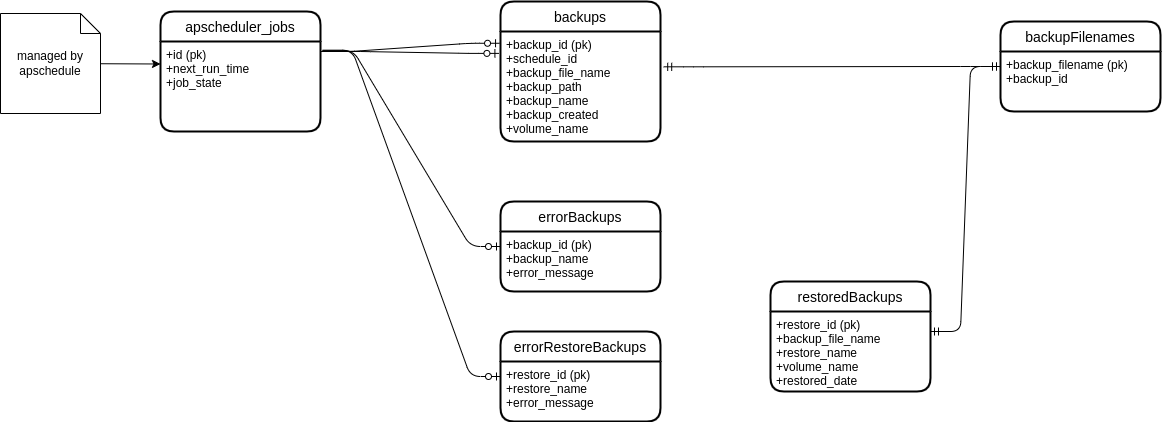
The draw.io diagram docs/diagrams/db-relational.drawio.png in mrllama123/docker-homelab-manager, before a commit. Source tidied: cells renumbered, new cells last; positions are measured from the earlier drawing's top-left corner, leaving out a move shared by most shapes.
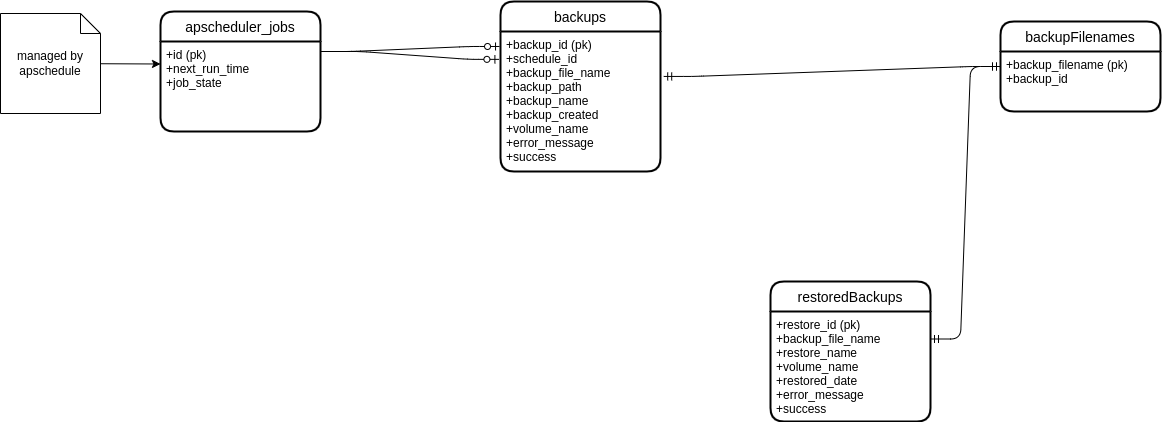
The same diagram one commit later.

What changed in the source:
```diff
@@ -3,16 +3,16 @@
     <mxCell id="0" />
     <mxCell id="1" parent="0" />
     <mxCell id="2" value="backups" style="swimlane;horizontal=1;startSize=30;rounded=1;fontSize=14;fontStyle=0;strokeWidth=2;shadow=0;dashed=0;align=center;" parent="1" vertex="1">
-      <mxGeometry x="500" width="160" height="140" as="geometry" />
+      <mxGeometry x="500" width="160" height="170" as="geometry" />
     </mxCell>
-    <mxCell id="3" value="+backup_id (pk)&#10;+schedule_id&#10;+backup_file_name&#10;+backup_path&#10;+backup_name&#10;+backup_created&#10;+volume_name" style="align=left;strokeColor=none;fillColor=none;spacingLeft=4;fontSize=12;verticalAlign=top;" parent="2" vertex="1">
-      <mxGeometry y="30" width="160" height="110" as="geometry" />
+    <mxCell id="3" value="+backup_id (pk)&#10;+schedule_id&#10;+backup_file_name&#10;+backup_path&#10;+backup_name&#10;+backup_created&#10;+volume_name&#10;+error_message&#10;+success" style="align=left;strokeColor=none;fillColor=none;spacingLeft=4;fontSize=12;verticalAlign=top;" parent="2" vertex="1">
+      <mxGeometry y="30" width="160" height="140" as="geometry" />
     </mxCell>
     <mxCell id="4" value="restoredBackups" style="swimlane;horizontal=1;startSize=30;rounded=1;fontSize=14;fontStyle=0;strokeWidth=2;shadow=0;dashed=0;align=center;" parent="1" vertex="1">
-      <mxGeometry x="770" y="280" width="160" height="110" as="geometry" />
+      <mxGeometry x="770" y="280" width="160" height="140" as="geometry" />
     </mxCell>
-    <mxCell id="5" value="+restore_id (pk)&#10;+backup_file_name&#10;+restore_name&#10;+volume_name&#10;+restored_date&#10;" style="align=left;strokeColor=none;fillColor=none;spacingLeft=4;fontSize=12;verticalAlign=top;" parent="4" vertex="1">
-      <mxGeometry y="30" width="160" height="80" as="geometry" />
+    <mxCell id="5" value="+restore_id (pk)&#10;+backup_file_name&#10;+restore_name&#10;+volume_name&#10;+restored_date&#10;+error_message&#10;+success" style="align=left;strokeColor=none;fillColor=none;spacingLeft=4;fontSize=12;verticalAlign=top;" parent="4" vertex="1">
+      <mxGeometry y="30" width="160" height="110" as="geometry" />
     </mxCell>
     <mxCell id="6" value="backupFilenames" style="swimlane;horizontal=1;startSize=30;rounded=1;fontSize=14;fontStyle=0;strokeWidth=2;shadow=0;dashed=0;align=center;" parent="1" vertex="1">
       <mxGeometry x="1000" y="20" width="160" height="90" as="geometry" />
@@ -28,18 +28,6 @@
     <mxCell id="9" style="edgeStyle=entityRelationEdgeStyle;fontSize=12;html=1;endArrow=ERmandOne;startArrow=ERmandOne;entryX=0;entryY=0.25;entryDx=0;entryDy=0;exitX=1;exitY=0.25;exitDx=0;exitDy=0;" parent="1" edge="1" source="5" target="7">
       <mxGeometry relative="1" as="geometry" />
     </mxCell>
-    <mxCell id="10" value="errorBackups" style="swimlane;horizontal=1;startSize=30;rounded=1;fontSize=14;fontStyle=0;strokeWidth=2;shadow=0;dashed=0;align=center;" parent="1" vertex="1">
-      <mxGeometry x="500" y="200" width="160" height="90" as="geometry" />
-    </mxCell>
-    <mxCell id="11" value="+backup_id (pk)&#10;+backup_name&#10;+error_message" style="align=left;strokeColor=none;fillColor=none;spacingLeft=4;fontSize=12;verticalAlign=top;" parent="10" vertex="1">
-      <mxGeometry y="30" width="160" height="60" as="geometry" />
-    </mxCell>
-    <mxCell id="12" value="errorRestoreBackups" style="swimlane;horizontal=1;startSize=30;rounded=1;fontSize=14;fontStyle=0;strokeWidth=2;shadow=0;dashed=0;align=center;" parent="1" vertex="1">
-      <mxGeometry x="500" y="330" width="160" height="90" as="geometry" />
-    </mxCell>
-    <mxCell id="13" value="+restore_id (pk)&#10;+restore_name&#10;+error_message" style="align=left;strokeColor=none;fillColor=none;spacingLeft=4;fontSize=12;verticalAlign=top;" parent="12" vertex="1">
-      <mxGeometry y="30" width="160" height="60" as="geometry" />
-    </mxCell>
     <mxCell id="14" value="apscheduler_jobs" style="swimlane;horizontal=1;startSize=30;rounded=1;fontSize=14;fontStyle=0;strokeWidth=2;shadow=0;dashed=0;align=center;" parent="1" vertex="1">
       <mxGeometry x="160" y="10" width="160" height="120" as="geometry" />
     </mxCell>
@@ -62,11 +50,5 @@
         <mxPoint x="330" y="50" as="sourcePoint" />
       </mxGeometry>
     </mxCell>
-    <mxCell id="20" style="edgeStyle=entityRelationEdgeStyle;fontSize=12;html=1;endArrow=ERzeroToOne;endFill=1;entryX=0;entryY=0.25;entryDx=0;entryDy=0;exitX=1.016;exitY=0.098;exitDx=0;exitDy=0;exitPerimeter=0;" parent="1" edge="1" source="15" target="11">
-      <mxGeometry relative="1" as="geometry" />
-    </mxCell>
-    <mxCell id="21" style="edgeStyle=entityRelationEdgeStyle;fontSize=12;html=1;endArrow=ERzeroToOne;endFill=1;entryX=0;entryY=0.25;entryDx=0;entryDy=0;exitX=1.011;exitY=0.098;exitDx=0;exitDy=0;exitPerimeter=0;" parent="1" edge="1" source="15" target="13">
-      <mxGeometry relative="1" as="geometry" />
-    </mxCell>
   </root>
 </mxGraphModel>
```
